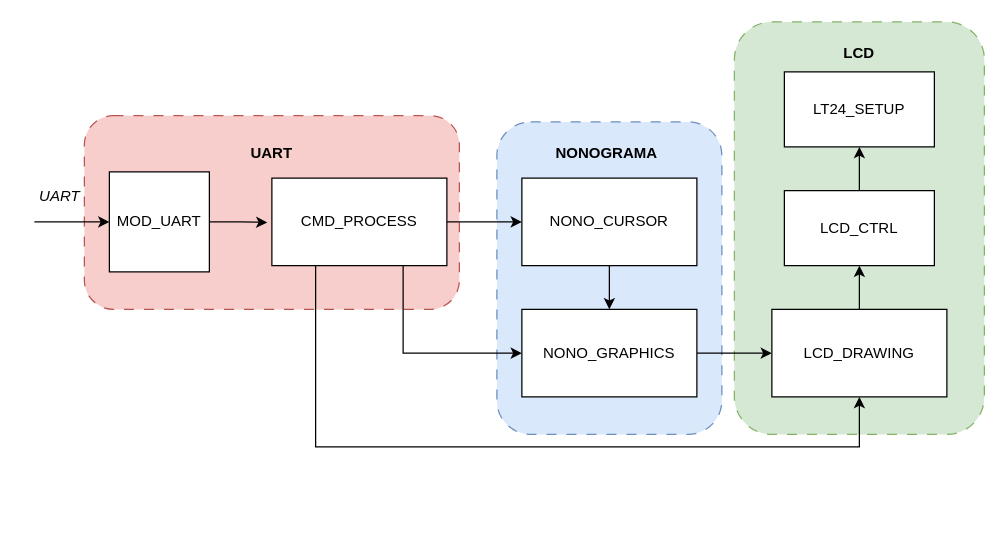
This is DiagramasDisenio/FicherosDrawio/Esquema_general.drawio from DASDNonograma/Nonograma, a draw.io file, before an edit. Source tidied: cells renumbered, new cells numbered last; positions are measured from the earlier drawing's top-left corner, leaving out a move shared by most shapes. Both pictures are drawn from the tidied source at 125%, with x=0, y=0 at pixel (21, 21).
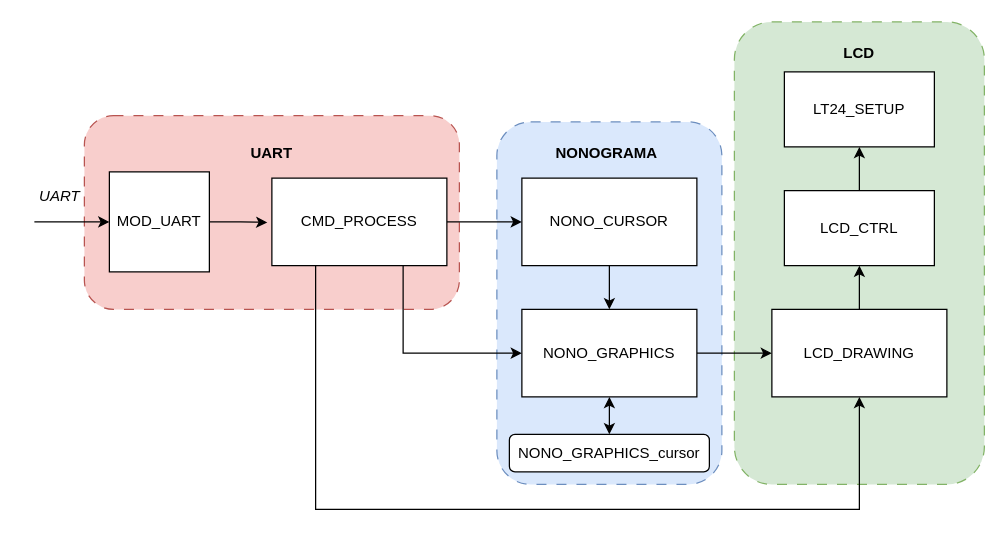
The same page after the edit.

The change refers to these unchanged cells:
```xml
<mxCell id="11" value="CMD_PROCESS" style="rounded=0;whiteSpace=wrap;html=1;" parent="1" vertex="1">
  <mxGeometry x="200" y="125" width="140" height="70" as="geometry" />
</mxCell>
<mxCell id="16" value="NONO_GRAPHICS" style="rounded=0;whiteSpace=wrap;html=1;" parent="1" vertex="1">
  <mxGeometry x="400" y="230" width="140" height="70" as="geometry" />
</mxCell>
<mxCell id="18" value="LCD_DRAWING" style="rounded=0;whiteSpace=wrap;html=1;" parent="1" vertex="1">
  <mxGeometry x="600" y="230" width="140" height="70" as="geometry" />
</mxCell>
```

What changed in the source:
```diff
@@
     <mxCell id="2" style="rounded=1;whiteSpace=wrap;html=1;fillColor=#d5e8d4;strokeColor=#82b366;dashed=1;dashPattern=8 8;" parent="1" vertex="1">
-      <mxGeometry x="570" width="200" height="330" as="geometry" />
+      <mxGeometry x="570" width="200" height="370" as="geometry" />
     </mxCell>
@@
     <mxCell id="4" style="rounded=1;whiteSpace=wrap;html=1;dashed=1;dashPattern=8 8;fillColor=#dae8fc;strokeColor=#6c8ebf;" parent="1" vertex="1">
-      <mxGeometry x="380" y="80" width="180" height="250" as="geometry" />
+      <mxGeometry x="380" y="80" width="180" height="290" as="geometry" />
     </mxCell>
@@
     <mxCell id="10" style="edgeStyle=orthogonalEdgeStyle;rounded=0;jettySize=auto;html=1;entryX=0.5;entryY=1;entryDx=0;entryDy=0;exitX=0.25;exitY=1;exitDx=0;exitDy=0;" parent="1" edge="1" source="11" target="18">
       <mxGeometry relative="1" as="geometry">
         <Array as="points">
-          <mxPoint x="235" y="340" />
-          <mxPoint x="670" y="340" />
+          <mxPoint x="235" y="390" />
+          <mxPoint x="670" y="390" />
         </Array>
       </mxGeometry>
     </mxCell>
@@
+    <mxCell id="25" style="edgeStyle=orthogonalEdgeStyle;rounded=0;jettySize=auto;html=1;startArrow=classic;startFill=1;" parent="1" edge="1" source="16" target="26">
+      <mxGeometry relative="1" as="geometry" />
+    </mxCell>
@@
+    <mxCell id="26" value="NONO_GRAPHICS_cursor" style="rounded=1;whiteSpace=wrap;html=1;" parent="1" vertex="1">
+      <mxGeometry x="390" y="330" width="160" height="30" as="geometry" />
+    </mxCell>
```
